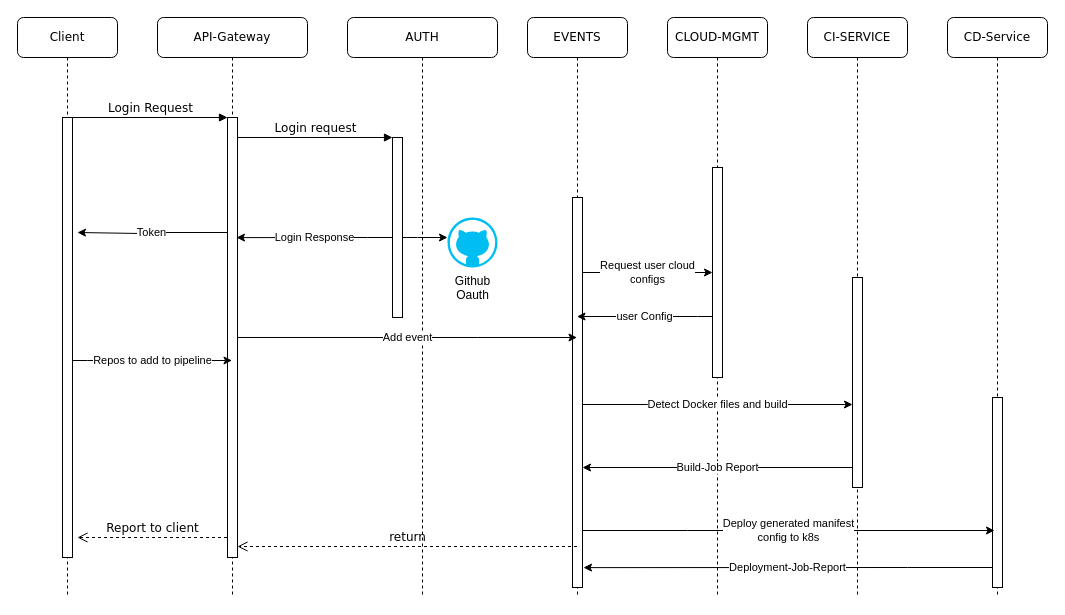
Above: docs/architecture/arch-flow.drawio in persys-dev/persys-cloud (draw.io), before the change. Source tidied: cells renumbered, new cells numbered last; positions are measured from the earlier drawing's top-left corner, leaving out a move shared by most shapes. Both pictures are drawn from the tidied source at 100%, with x=0, y=0 at pixel (17, 17).
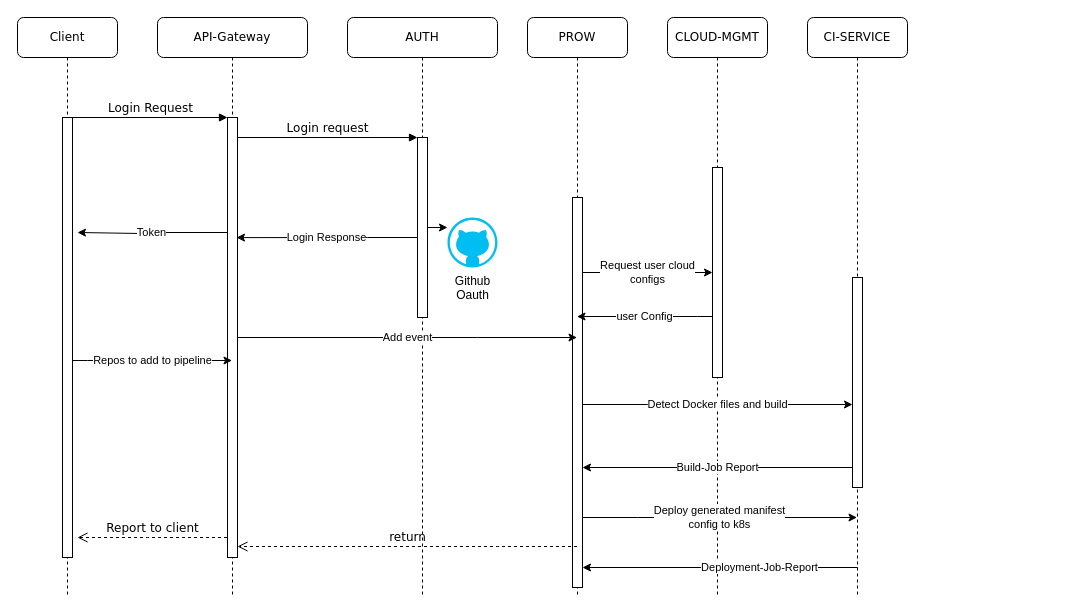
After the change.

Commit message (it also covers changes not shown here):
Update architecture diagram: Revise flow and component details in arch-flow.drawio, including adjustments to element positions and styles for improved clarity.

The change refers to these unchanged cells:
```xml
<mxCell id="4" value="AUTH" style="shape=umlLifeline;perimeter=lifelinePerimeter;whiteSpace=wrap;html=1;rounded=1;shadow=0;comic=0;labelBackgroundColor=none;strokeWidth=1;fontFamily=Verdana;fontSize=12;align=center;" parent="1" vertex="1">
  <mxGeometry x="330" width="150" height="580" as="geometry" />
</mxCell>
<mxCell id="9" style="html=1;points=[];perimeter=orthogonalPerimeter;rounded=0;shadow=0;comic=0;labelBackgroundColor=none;strokeWidth=1;fontFamily=Verdana;fontSize=12;align=center;" parent="8" vertex="1">
  <mxGeometry x="45" y="180" width="10" height="390" as="geometry" />
</mxCell>
<mxCell id="11" value="CI-SERVICE" style="shape=umlLifeline;perimeter=lifelinePerimeter;whiteSpace=wrap;html=1;outlineConnect=0;rounded=1;shadow=0;comic=0;labelBackgroundColor=none;strokeWidth=1;fontFamily=Verdana;fontSize=12;align=center;" parent="1" vertex="1">
  <mxGeometry x="790" width="100" height="580" as="geometry" />
</mxCell>
```

What changed in the source:
```diff
@@
     <mxCell id="6" style="html=1;points=[];perimeter=orthogonalPerimeter;rounded=0;shadow=0;comic=0;labelBackgroundColor=none;strokeWidth=1;fontFamily=Verdana;fontSize=12;align=center;" parent="4" vertex="1">
-      <mxGeometry x="45" y="120" width="10" height="180" as="geometry" />
+      <mxGeometry x="70" y="120" width="10" height="180" as="geometry" />
     </mxCell>
@@
-    <mxCell id="8" value="EVENTS" style="shape=umlLifeline;perimeter=lifelinePerimeter;whiteSpace=wrap;html=1;outlineConnect=0;rounded=1;shadow=0;comic=0;labelBackgroundColor=none;strokeWidth=1;fontFamily=Verdana;fontSize=12;align=center;" parent="1" vertex="1">
+    <mxCell id="8" value="PROW" style="shape=umlLifeline;perimeter=lifelinePerimeter;whiteSpace=wrap;html=1;outlineConnect=0;rounded=1;shadow=0;comic=0;labelBackgroundColor=none;strokeWidth=1;fontFamily=Verdana;fontSize=12;align=center;" parent="1" vertex="1">
       <mxGeometry x="510" width="100" height="580" as="geometry" />
     </mxCell>
@@
-    <mxCell id="13" value="CD-Service" style="shape=umlLifeline;perimeter=lifelinePerimeter;whiteSpace=wrap;html=1;rounded=1;shadow=0;comic=0;labelBackgroundColor=none;strokeWidth=1;fontFamily=Verdana;fontSize=12;align=center;" parent="1" vertex="1">
-      <mxGeometry x="930" width="100" height="580" as="geometry" />
-    </mxCell>
+    <mxCell id="18" value="Deployment-Job-Report" style="edgeStyle=orthogonalEdgeStyle;rounded=0;orthogonalLoop=1;jettySize=auto;html=1;" parent="11" edge="1">
+      <mxGeometry relative="1" as="geometry">
+        <mxPoint x="-30" y="550" as="sourcePoint" />
+        <mxPoint x="-225" y="550" as="targetPoint" />
+        <Array as="points">
+          <mxPoint x="50" y="550" />
+          <mxPoint x="50" y="550" />
+        </Array>
+      </mxGeometry>
+    </mxCell>
@@
-    <mxCell id="18" value="Deployment-Job-Report" style="edgeStyle=orthogonalEdgeStyle;rounded=0;jettySize=auto;html=1;entryX=1.1;entryY=0.949;entryDx=0;entryDy=0;entryPerimeter=0;" parent="1" edge="1" source="19" target="9">
-      <mxGeometry relative="1" as="geometry">
-        <Array as="points">
-          <mxPoint x="890" y="550" />
-          <mxPoint x="890" y="550" />
-        </Array>
-      </mxGeometry>
-    </mxCell>
-    <mxCell id="19" style="html=1;points=[];perimeter=orthogonalPerimeter;rounded=0;shadow=0;comic=0;labelBackgroundColor=none;strokeColor=#000000;strokeWidth=1;fillColor=#FFFFFF;fontFamily=Verdana;fontSize=12;fontColor=#000000;align=center;" parent="1" vertex="1">
-      <mxGeometry x="975" y="380" width="10" height="190" as="geometry" />
-    </mxCell>
@@
-    <mxCell id="30" value="Deploy generated manifest&lt;br&gt;config to k8s" style="edgeStyle=orthogonalEdgeStyle;rounded=0;jettySize=auto;html=1;entryX=0.2;entryY=0.7;entryDx=0;entryDy=0;entryPerimeter=0;" parent="1" edge="1" source="9" target="19">
+    <mxCell id="30" value="Deploy generated manifest&lt;br&gt;config to k8s" style="edgeStyle=orthogonalEdgeStyle;rounded=0;jettySize=auto;html=1;" parent="1" edge="1" source="9" target="11">
       <mxGeometry relative="1" as="geometry">
         <Array as="points">
-          <mxPoint x="670" y="513" />
-          <mxPoint x="670" y="513" />
+          <mxPoint x="620" y="500" />
+          <mxPoint x="620" y="500" />
         </Array>
       </mxGeometry>
     </mxCell>
```
